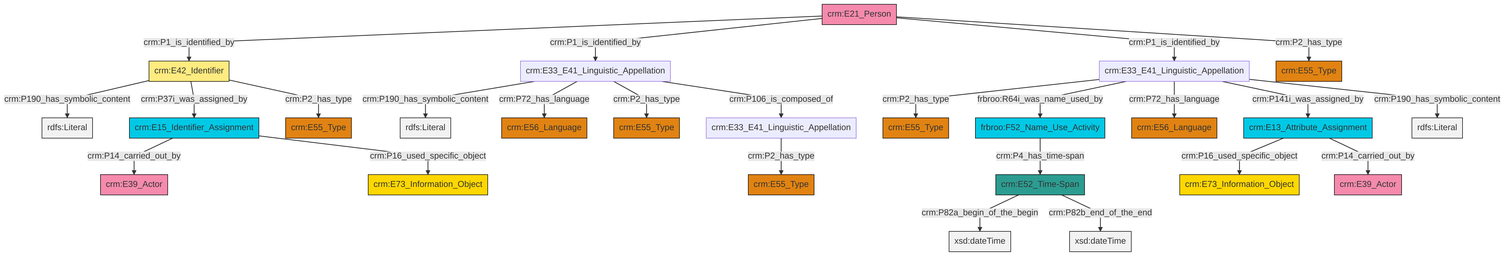
Earlier version of the Mermaid export et/personCSV/ttl/mmd/png/Person_Names_and_Classification.png (swiss-art-research-net/reference-data-models). Its source is kept beside it as et/personCSV/ttl/mmd/Person_Names_and_Classification.ttl.mmd.
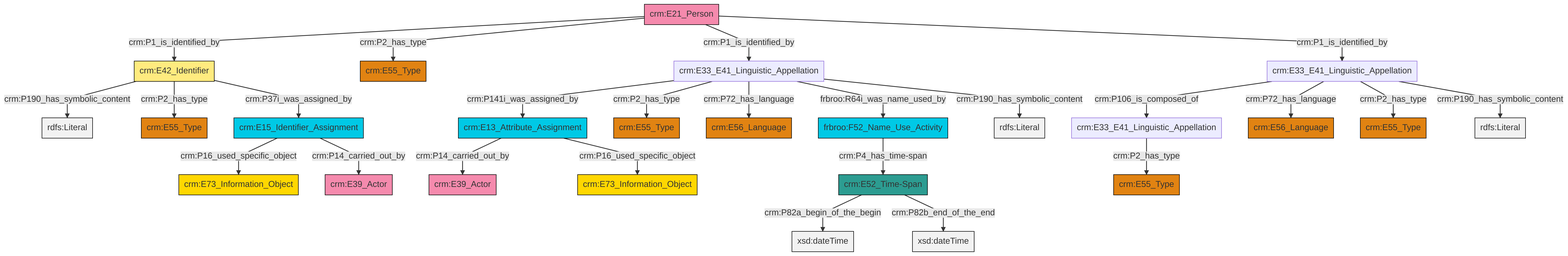
The same file after the commit.

Diff of the diagram source:
```diff
@@ -13,27 +13,27 @@
 classDef PC_Classes fill:#4ce600, stroke:#000000;
 classDef Multi fill:#cccccc,stroke:#000000;
 
-2["crm:E33_E41_Linguistic_Appellation"]:::Default -->|crm:P190_has_symbolic_content| 3[rdfs:Literal]:::Literal
-2["crm:E33_E41_Linguistic_Appellation"]:::Default -->|crm:P72_has_language| 0["crm:E56_Language"]:::Type
-6["crm:E33_E41_Linguistic_Appellation"]:::Default -->|crm:P2_has_type| 4["crm:E55_Type"]:::Type
-7["crm:E33_E41_Linguistic_Appellation"]:::Default -->|crm:P2_has_type| 8["crm:E55_Type"]:::Type
-6["crm:E33_E41_Linguistic_Appellation"]:::Default -->|frbroo:R64i_was_name_used_by| 11["frbroo:F52_Name_Use_Activity"]:::Temporal_Entity
-17["crm:E13_Attribute_Assignment"]:::Temporal_Entity -->|crm:P16_used_specific_object| 14["crm:E73_Information_Object"]:::Conceptual_Object
-2["crm:E33_E41_Linguistic_Appellation"]:::Default -->|crm:P2_has_type| 27["crm:E55_Type"]:::Type
-20["crm:E15_Identifier_Assignment"]:::Temporal_Entity -->|crm:P14_carried_out_by| 18["crm:E39_Actor"]:::Actor
-33["crm:E52_Time-Span"]:::Time-Span -->|crm:P82a_begin_of_the_begin| 34[xsd:dateTime]:::Literal
-35["crm:E21_Person"]:::Actor -->|crm:P1_is_identified_by| 22["crm:E42_Identifier"]:::Appellation
-2["crm:E33_E41_Linguistic_Appellation"]:::Default -->|crm:P106_is_composed_of| 7["crm:E33_E41_Linguistic_Appellation"]:::Default
-20["crm:E15_Identifier_Assignment"]:::Temporal_Entity -->|crm:P16_used_specific_object| 9["crm:E73_Information_Object"]:::Conceptual_Object
-6["crm:E33_E41_Linguistic_Appellation"]:::Default -->|crm:P72_has_language| 36["crm:E56_Language"]:::Type
-6["crm:E33_E41_Linguistic_Appellation"]:::Default -->|crm:P141i_was_assigned_by| 17["crm:E13_Attribute_Assignment"]:::Temporal_Entity
-33["crm:E52_Time-Span"]:::Time-Span -->|crm:P82b_end_of_the_end| 40[xsd:dateTime]:::Literal
-22["crm:E42_Identifier"]:::Appellation -->|crm:P190_has_symbolic_content| 41[rdfs:Literal]:::Literal
-35["crm:E21_Person"]:::Actor -->|crm:P1_is_identified_by| 2["crm:E33_E41_Linguistic_Appellation"]:::Default
-35["crm:E21_Person"]:::Actor -->|crm:P1_is_identified_by| 6["crm:E33_E41_Linguistic_Appellation"]:::Default
-35["crm:E21_Person"]:::Actor -->|crm:P2_has_type| 24["crm:E55_Type"]:::Type
-11["frbroo:F52_Name_Use_Activity"]:::Temporal_Entity -->|crm:P4_has_time-span| 33["crm:E52_Time-Span"]:::Time-Span
-22["crm:E42_Identifier"]:::Appellation -->|crm:P37i_was_assigned_by| 20["crm:E15_Identifier_Assignment"]:::Temporal_Entity
-17["crm:E13_Attribute_Assignment"]:::Temporal_Entity -->|crm:P14_carried_out_by| 12["crm:E39_Actor"]:::Actor
-6["crm:E33_E41_Linguistic_Appellation"]:::Default -->|crm:P190_has_symbolic_content| 46[rdfs:Literal]:::Literal
-22["crm:E42_Identifier"]:::Appellation -->|crm:P2_has_type| 28["crm:E55_Type"]:::Type
+4["crm:E13_Attribute_Assignment"]:::Temporal_Entity -->|crm:P14_carried_out_by| 5["crm:E39_Actor"]:::Actor
+0["crm:E21_Person"]:::Actor -->|crm:P1_is_identified_by| 9["crm:E42_Identifier"]:::Appellation
+10["crm:E33_E41_Linguistic_Appellation"]:::Default -->|crm:P106_is_composed_of| 11["crm:E33_E41_Linguistic_Appellation"]:::Default
+4["crm:E13_Attribute_Assignment"]:::Temporal_Entity -->|crm:P16_used_specific_object| 14["crm:E73_Information_Object"]:::Conceptual_Object
+20["crm:E52_Time-Span"]:::Time-Span -->|crm:P82a_begin_of_the_begin| 21[xsd:dateTime]:::Literal
+10["crm:E33_E41_Linguistic_Appellation"]:::Default -->|crm:P72_has_language| 22["crm:E56_Language"]:::Type
+0["crm:E21_Person"]:::Actor -->|crm:P2_has_type| 2["crm:E55_Type"]:::Type
+0["crm:E21_Person"]:::Actor -->|crm:P1_is_identified_by| 7["crm:E33_E41_Linguistic_Appellation"]:::Default
+7["crm:E33_E41_Linguistic_Appellation"]:::Default -->|crm:P141i_was_assigned_by| 4["crm:E13_Attribute_Assignment"]:::Temporal_Entity
+20["crm:E52_Time-Span"]:::Time-Span -->|crm:P82b_end_of_the_end| 26[xsd:dateTime]:::Literal
+27["crm:E15_Identifier_Assignment"]:::Temporal_Entity -->|crm:P16_used_specific_object| 18["crm:E73_Information_Object"]:::Conceptual_Object
+9["crm:E42_Identifier"]:::Appellation -->|crm:P190_has_symbolic_content| 32[rdfs:Literal]:::Literal
+7["crm:E33_E41_Linguistic_Appellation"]:::Default -->|crm:P2_has_type| 33["crm:E55_Type"]:::Type
+9["crm:E42_Identifier"]:::Appellation -->|crm:P2_has_type| 28["crm:E55_Type"]:::Type
+10["crm:E33_E41_Linguistic_Appellation"]:::Default -->|crm:P2_has_type| 23["crm:E55_Type"]:::Type
+11["crm:E33_E41_Linguistic_Appellation"]:::Default -->|crm:P2_has_type| 15["crm:E55_Type"]:::Type
+10["crm:E33_E41_Linguistic_Appellation"]:::Default -->|crm:P190_has_symbolic_content| 37[rdfs:Literal]:::Literal
+9["crm:E42_Identifier"]:::Appellation -->|crm:P37i_was_assigned_by| 27["crm:E15_Identifier_Assignment"]:::Temporal_Entity
+7["crm:E33_E41_Linguistic_Appellation"]:::Default -->|crm:P72_has_language| 30["crm:E56_Language"]:::Type
+7["crm:E33_E41_Linguistic_Appellation"]:::Default -->|frbroo:R64i_was_name_used_by| 12["frbroo:F52_Name_Use_Activity"]:::Temporal_Entity
+7["crm:E33_E41_Linguistic_Appellation"]:::Default -->|crm:P190_has_symbolic_content| 40[rdfs:Literal]:::Literal
+12["frbroo:F52_Name_Use_Activity"]:::Temporal_Entity -->|crm:P4_has_time-span| 20["crm:E52_Time-Span"]:::Time-Span
+27["crm:E15_Identifier_Assignment"]:::Temporal_Entity -->|crm:P14_carried_out_by| 42["crm:E39_Actor"]:::Actor
+0["crm:E21_Person"]:::Actor -->|crm:P1_is_identified_by| 10["crm:E33_E41_Linguistic_Appellation"]:::Default
```
